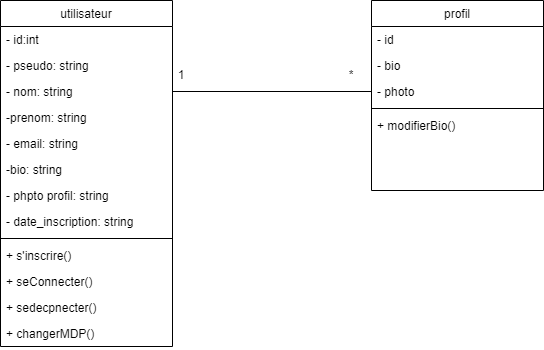
Before: vibes/diagrammes/classe.drawio.png, a diagram exported from draw.io (HananeOubaha/Plateforme-Vibe). Source tidied: cells renumbered, new cells last; positions are measured from the earlier drawing's top-left corner, leaving out a move shared by most shapes.
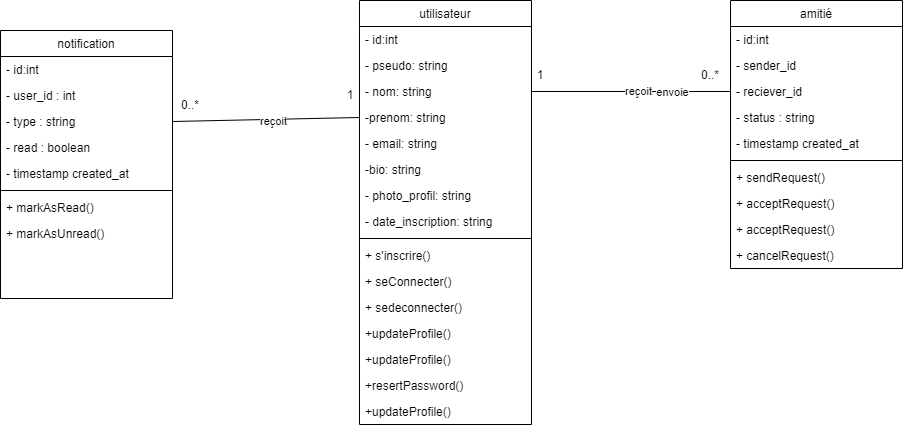
The same diagram one commit later.

Commit message:
fin projet :)

What changed in the source:
```diff
@@ -3,7 +3,7 @@
     <mxCell id="0" />
     <mxCell id="1" parent="0" />
     <mxCell id="2" value="utilisateur" style="swimlane;fontStyle=0;align=center;verticalAlign=top;horizontal=1;startSize=26;rounded=0;shadow=0;strokeWidth=1;" parent="1" vertex="1">
-      <mxGeometry width="172" height="346" as="geometry" />
+      <mxGeometry width="172" height="424" as="geometry" />
     </mxCell>
     <mxCell id="3" value="- id:int" style="text;align=left;verticalAlign=top;spacingLeft=4;spacingRight=4;overflow=hidden;" parent="2" vertex="1">
       <mxGeometry y="26" width="172" height="26" as="geometry" />
@@ -23,7 +23,7 @@
     <mxCell id="8" value="-bio: string" style="text;align=left;verticalAlign=top;spacingLeft=4;spacingRight=4;overflow=hidden;rounded=0;shadow=0;html=0;" parent="2" vertex="1">
       <mxGeometry y="156" width="172" height="26" as="geometry" />
     </mxCell>
-    <mxCell id="9" value="- phpto profil: string" style="text;align=left;verticalAlign=top;spacingLeft=4;spacingRight=4;overflow=hidden;rounded=0;shadow=0;html=0;" parent="2" vertex="1">
+    <mxCell id="9" value="- photo_profil: string" style="text;align=left;verticalAlign=top;spacingLeft=4;spacingRight=4;overflow=hidden;rounded=0;shadow=0;html=0;" parent="2" vertex="1">
       <mxGeometry y="182" width="172" height="26" as="geometry" />
     </mxCell>
     <mxCell id="10" value="- date_inscription: string" style="text;align=left;verticalAlign=top;spacingLeft=4;spacingRight=4;overflow=hidden;rounded=0;shadow=0;html=0;" parent="2" vertex="1">
@@ -38,38 +38,107 @@
     <mxCell id="13" value="+ seConnecter()&#10;" style="text;align=left;verticalAlign=top;spacingLeft=4;spacingRight=4;overflow=hidden;" parent="2" vertex="1">
       <mxGeometry y="268" width="172" height="26" as="geometry" />
     </mxCell>
-    <mxCell id="14" value="+ sedecpnecter()&#10;" style="text;align=left;verticalAlign=top;spacingLeft=4;spacingRight=4;overflow=hidden;" parent="2" vertex="1">
+    <mxCell id="14" value="+ sedeconnecter()&#10;" style="text;align=left;verticalAlign=top;spacingLeft=4;spacingRight=4;overflow=hidden;" parent="2" vertex="1">
       <mxGeometry y="294" width="172" height="26" as="geometry" />
     </mxCell>
-    <mxCell id="15" value="+ changerMDP()&#10;" style="text;align=left;verticalAlign=top;spacingLeft=4;spacingRight=4;overflow=hidden;" parent="2" vertex="1">
+    <mxCell id="15" value="+updateProfile()" style="text;align=left;verticalAlign=top;spacingLeft=4;spacingRight=4;overflow=hidden;" parent="2" vertex="1">
       <mxGeometry y="320" width="172" height="26" as="geometry" />
     </mxCell>
+    <mxCell id="25" value="+updateProfile()" style="text;align=left;verticalAlign=top;spacingLeft=4;spacingRight=4;overflow=hidden;" parent="2" vertex="1">
+      <mxGeometry y="346" width="172" height="26" as="geometry" />
+    </mxCell>
+    <mxCell id="26" value="+resertPassword()" style="text;align=left;verticalAlign=top;spacingLeft=4;spacingRight=4;overflow=hidden;" parent="2" vertex="1">
+      <mxGeometry y="372" width="172" height="26" as="geometry" />
+    </mxCell>
+    <mxCell id="27" value="+updateProfile()" style="text;align=left;verticalAlign=top;spacingLeft=4;spacingRight=4;overflow=hidden;" parent="2" vertex="1">
+      <mxGeometry y="398" width="172" height="26" as="geometry" />
+    </mxCell>
-    <mxCell id="16" value="profil" style="swimlane;fontStyle=0;align=center;verticalAlign=top;horizontal=1;startSize=26;rounded=0;shadow=0;strokeWidth=1;" parent="1" vertex="1">
-      <mxGeometry x="371" width="172" height="190" as="geometry" />
+    <mxCell id="16" value="amitié" style="swimlane;fontStyle=0;align=center;verticalAlign=top;horizontal=1;startSize=26;rounded=0;shadow=0;strokeWidth=1;" parent="1" vertex="1">
+      <mxGeometry x="371" width="172" height="268" as="geometry" />
     </mxCell>
-    <mxCell id="17" value="- id" style="text;align=left;verticalAlign=top;spacingLeft=4;spacingRight=4;overflow=hidden;rounded=0;shadow=0;html=0;" parent="16" vertex="1">
+    <mxCell id="17" value="- id:int" style="text;align=left;verticalAlign=top;spacingLeft=4;spacingRight=4;overflow=hidden;rounded=0;shadow=0;html=0;" parent="16" vertex="1">
       <mxGeometry y="26" width="172" height="26" as="geometry" />
     </mxCell>
-    <mxCell id="18" value="- bio " style="text;align=left;verticalAlign=top;spacingLeft=4;spacingRight=4;overflow=hidden;rounded=0;shadow=0;html=0;" parent="16" vertex="1">
+    <mxCell id="18" value="- sender_id" style="text;align=left;verticalAlign=top;spacingLeft=4;spacingRight=4;overflow=hidden;rounded=0;shadow=0;html=0;" parent="16" vertex="1">
       <mxGeometry y="52" width="172" height="26" as="geometry" />
     </mxCell>
-    <mxCell id="19" value="- photo" style="text;align=left;verticalAlign=top;spacingLeft=4;spacingRight=4;overflow=hidden;points=[[0,0.5],[1,0.5]];portConstraint=eastwest;rounded=0;shadow=0;html=0;" parent="16" vertex="1">
+    <mxCell id="19" value="- reciever_id" style="text;align=left;verticalAlign=top;spacingLeft=4;spacingRight=4;overflow=hidden;points=[[0,0.5],[1,0.5]];portConstraint=eastwest;rounded=0;shadow=0;html=0;" parent="16" vertex="1">
       <mxGeometry y="78" width="172" height="26" as="geometry" />
     </mxCell>
+    <mxCell id="28" value="- status : string" style="text;align=left;verticalAlign=top;spacingLeft=4;spacingRight=4;overflow=hidden;rounded=0;shadow=0;html=0;" parent="16" vertex="1">
+      <mxGeometry y="104" width="172" height="26" as="geometry" />
+    </mxCell>
+    <mxCell id="29" value="- timestamp created_at" style="text;align=left;verticalAlign=top;spacingLeft=4;spacingRight=4;overflow=hidden;rounded=0;shadow=0;html=0;" parent="16" vertex="1">
+      <mxGeometry y="130" width="172" height="26" as="geometry" />
+    </mxCell>
     <mxCell id="20" style="line;html=1;strokeWidth=1;align=left;verticalAlign=middle;spacingTop=-1;spacingLeft=3;spacingRight=3;labelPosition=right;" parent="16" vertex="1">
-      <mxGeometry y="104" width="172" height="8" as="geometry" />
+      <mxGeometry y="156" width="172" height="8" as="geometry" />
     </mxCell>
-    <mxCell id="21" value="+ modifierBio()" style="text;align=left;verticalAlign=top;spacingLeft=4;spacingRight=4;overflow=hidden;" parent="16" vertex="1">
-      <mxGeometry y="112" width="172" height="26" as="geometry" />
+    <mxCell id="21" value="+ sendRequest()" style="text;align=left;verticalAlign=top;spacingLeft=4;spacingRight=4;overflow=hidden;" parent="16" vertex="1">
+      <mxGeometry y="164" width="172" height="26" as="geometry" />
     </mxCell>
+    <mxCell id="30" value="+ acceptRequest()" style="text;align=left;verticalAlign=top;spacingLeft=4;spacingRight=4;overflow=hidden;" parent="16" vertex="1">
+      <mxGeometry y="190" width="172" height="26" as="geometry" />
+    </mxCell>
+    <mxCell id="31" value="+ acceptRequest()" style="text;align=left;verticalAlign=top;spacingLeft=4;spacingRight=4;overflow=hidden;" parent="16" vertex="1">
+      <mxGeometry y="216" width="172" height="26" as="geometry" />
+    </mxCell>
+    <mxCell id="32" value="+ cancelRequest()" style="text;align=left;verticalAlign=top;spacingLeft=4;spacingRight=4;overflow=hidden;" parent="16" vertex="1">
+      <mxGeometry y="242" width="172" height="26" as="geometry" />
+    </mxCell>
     <mxCell id="22" style="endArrow=none;html=1;exitX=1;exitY=0.5;exitDx=0;exitDy=0;entryX=0;entryY=0.5;entryDx=0;entryDy=0;" parent="1" edge="1" source="5" target="19">
       <mxGeometry relative="1" as="geometry" />
     </mxCell>
+    <mxCell id="33" value="reçoit" style="edgeLabel;html=1;align=center;verticalAlign=middle;" parent="22" vertex="1">
+      <mxGeometry x="0.07" y="1" relative="1" as="geometry" />
+    </mxCell>
+    <mxCell id="34" value="envoie" style="edgeLabel;html=1;align=center;verticalAlign=middle;" parent="22" vertex="1">
+      <mxGeometry x="0.41" relative="1" as="geometry" />
+    </mxCell>
     <mxCell id="23" value="1" style="text;html=1;align=center;verticalAlign=middle;whiteSpace=wrap;rounded=0;" parent="1" vertex="1">
       <mxGeometry x="151" y="60" width="60" height="30" as="geometry" />
     </mxCell>
-    <mxCell id="24" value="*" style="text;html=1;align=center;verticalAlign=middle;whiteSpace=wrap;rounded=0;" parent="1" vertex="1">
+    <mxCell id="24" value="0..*" style="text;html=1;align=center;verticalAlign=middle;whiteSpace=wrap;rounded=0;" parent="1" vertex="1">
       <mxGeometry x="321" y="60" width="60" height="30" as="geometry" />
     </mxCell>
+    <mxCell id="35" value="notification" style="swimlane;fontStyle=0;align=center;verticalAlign=top;horizontal=1;startSize=26;rounded=0;shadow=0;strokeWidth=1;" parent="1" vertex="1">
+      <mxGeometry x="-359" y="30" width="172" height="268" as="geometry" />
+    </mxCell>
+    <mxCell id="36" value="- id:int" style="text;align=left;verticalAlign=top;spacingLeft=4;spacingRight=4;overflow=hidden;rounded=0;shadow=0;html=0;" parent="35" vertex="1">
+      <mxGeometry y="26" width="172" height="26" as="geometry" />
+    </mxCell>
+    <mxCell id="37" value="- user_id : int" style="text;align=left;verticalAlign=top;spacingLeft=4;spacingRight=4;overflow=hidden;rounded=0;shadow=0;html=0;" parent="35" vertex="1">
+      <mxGeometry y="52" width="172" height="26" as="geometry" />
+    </mxCell>
+    <mxCell id="38" value="- type : string" style="text;align=left;verticalAlign=top;spacingLeft=4;spacingRight=4;overflow=hidden;points=[[0,0.5],[1,0.5]];portConstraint=eastwest;rounded=0;shadow=0;html=0;" parent="35" vertex="1">
+      <mxGeometry y="78" width="172" height="26" as="geometry" />
+    </mxCell>
+    <mxCell id="39" value="- read : boolean" style="text;align=left;verticalAlign=top;spacingLeft=4;spacingRight=4;overflow=hidden;rounded=0;shadow=0;html=0;" parent="35" vertex="1">
+      <mxGeometry y="104" width="172" height="26" as="geometry" />
+    </mxCell>
+    <mxCell id="40" value="- timestamp created_at" style="text;align=left;verticalAlign=top;spacingLeft=4;spacingRight=4;overflow=hidden;rounded=0;shadow=0;html=0;" parent="35" vertex="1">
+      <mxGeometry y="130" width="172" height="26" as="geometry" />
+    </mxCell>
+    <mxCell id="41" style="line;html=1;strokeWidth=1;align=left;verticalAlign=middle;spacingTop=-1;spacingLeft=3;spacingRight=3;labelPosition=right;" parent="35" vertex="1">
+      <mxGeometry y="156" width="172" height="8" as="geometry" />
+    </mxCell>
+    <mxCell id="42" value="+ markAsRead()" style="text;align=left;verticalAlign=top;spacingLeft=4;spacingRight=4;overflow=hidden;" parent="35" vertex="1">
+      <mxGeometry y="164" width="172" height="26" as="geometry" />
+    </mxCell>
+    <mxCell id="43" value="+ markAsUnread()" style="text;align=left;verticalAlign=top;spacingLeft=4;spacingRight=4;overflow=hidden;" parent="35" vertex="1">
+      <mxGeometry y="190" width="172" height="26" as="geometry" />
+    </mxCell>
+    <mxCell id="44" style="endArrow=none;html=1;exitX=1;exitY=0.5;exitDx=0;exitDy=0;entryX=0;entryY=0.5;entryDx=0;entryDy=0;" parent="1" edge="1" source="38" target="6">
+      <mxGeometry relative="1" as="geometry" />
+    </mxCell>
+    <mxCell id="45" value="reçoit" style="edgeLabel;html=1;align=center;verticalAlign=middle;" parent="44" vertex="1">
+      <mxGeometry x="0.07" y="-2" relative="1" as="geometry" />
+    </mxCell>
+    <mxCell id="46" value="1" style="text;html=1;align=center;verticalAlign=middle;whiteSpace=wrap;rounded=0;" parent="1" vertex="1">
+      <mxGeometry x="-39" y="80" width="60" height="30" as="geometry" />
+    </mxCell>
+    <mxCell id="47" value="0..*" style="text;html=1;align=center;verticalAlign=middle;whiteSpace=wrap;rounded=0;" parent="1" vertex="1">
+      <mxGeometry x="-199" y="90" width="60" height="30" as="geometry" />
+    </mxCell>
   </root>
 </mxGraphModel>
```
